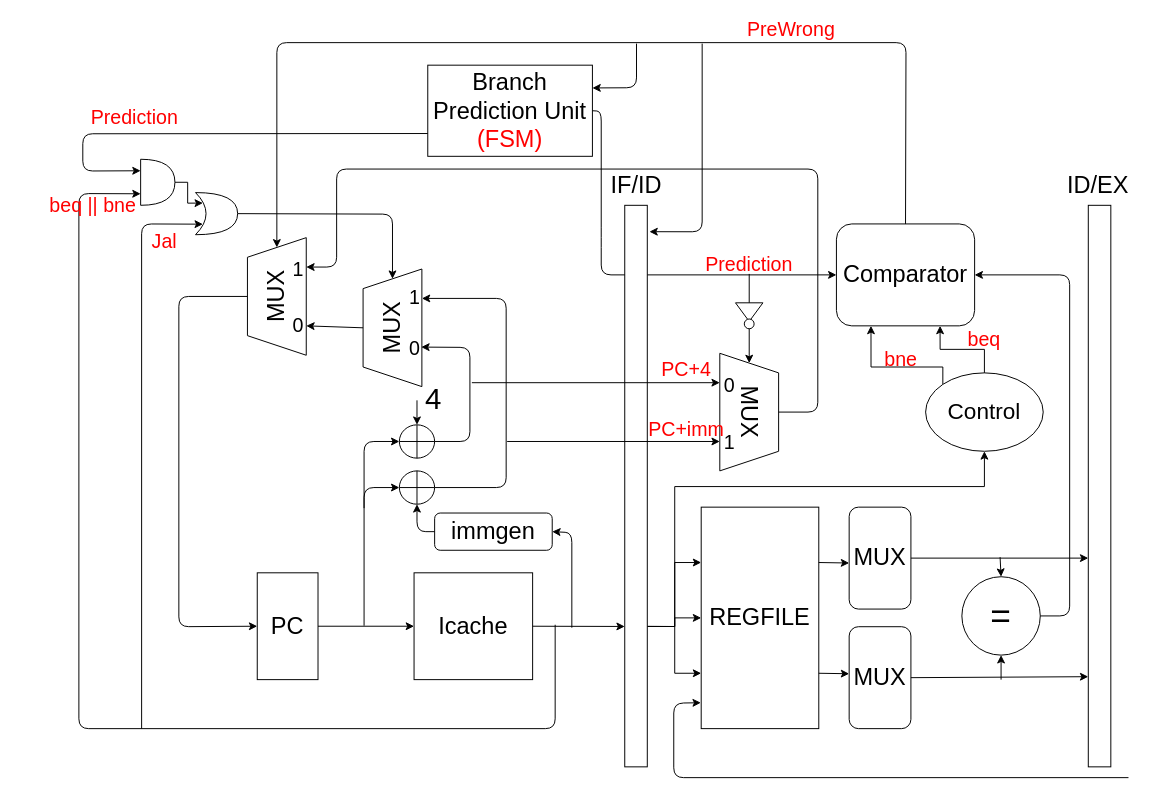
Before: page "BrPred" (3 of 5) of Pipeline.drawio in NTUEE-DSD-G1/Pipelined-RISCV, a draw.io diagram. Source tidied: cells renumbered, new cells numbered last; positions are measured from the earlier drawing's top-left corner, leaving out a move shared by most shapes. Both pictures are drawn from the tidied source at 98%, with x=0, y=0 at pixel (17, 19).
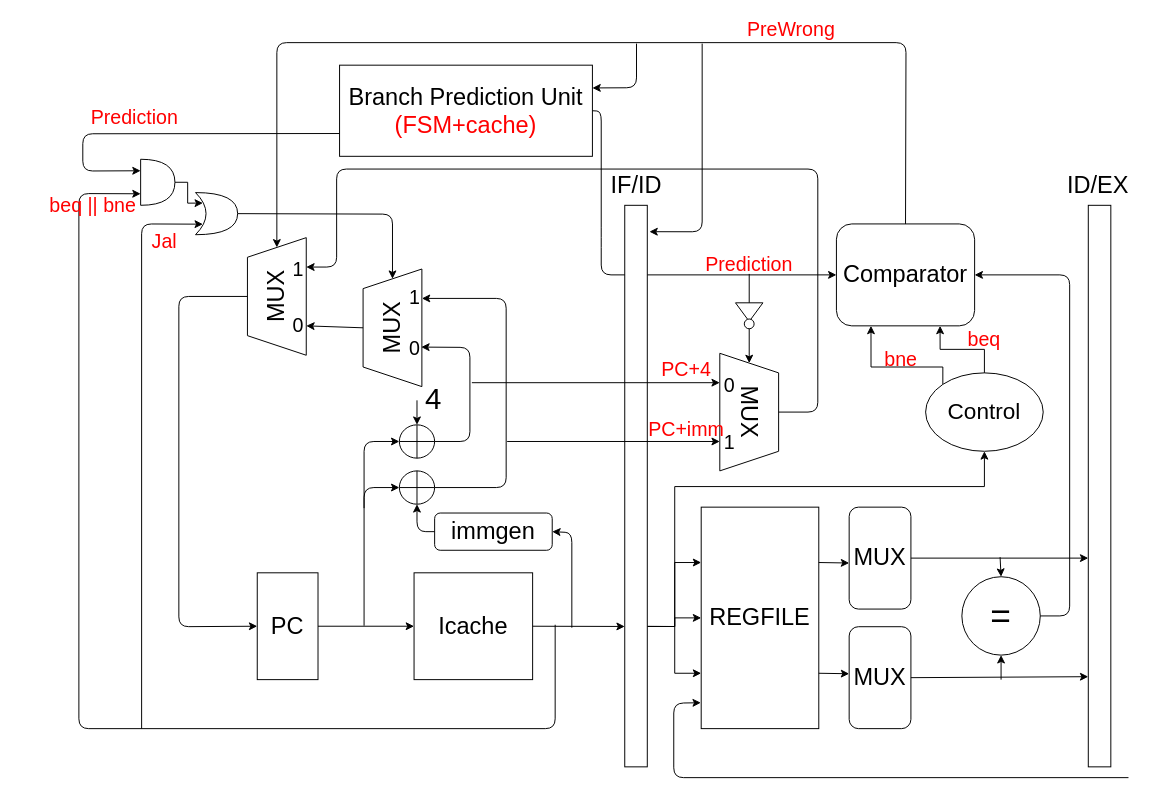
The same page after the edit.

Change to the diagram source:
```diff
@@
-    <mxCell id="6" value="&lt;font style=&quot;font-size: 24px&quot;&gt;Branch Prediction Unit&lt;br&gt;&lt;font color=&quot;#ff0000&quot;&gt;(FSM)&lt;/font&gt;&lt;br&gt;&lt;/font&gt;" style="rounded=0;whiteSpace=wrap;html=1;" parent="1" vertex="1">
-      <mxGeometry x="419" y="47" width="168" height="93" as="geometry" />
+    <mxCell id="6" value="&lt;font style=&quot;font-size: 24px&quot;&gt;Branch Prediction Unit&lt;br&gt;&lt;font color=&quot;#ff0000&quot;&gt;(FSM+cache)&lt;/font&gt;&lt;br&gt;&lt;/font&gt;" style="rounded=0;whiteSpace=wrap;html=1;" parent="1" vertex="1">
+      <mxGeometry x="329" y="47" width="258" height="93" as="geometry" />
     </mxCell>
```
